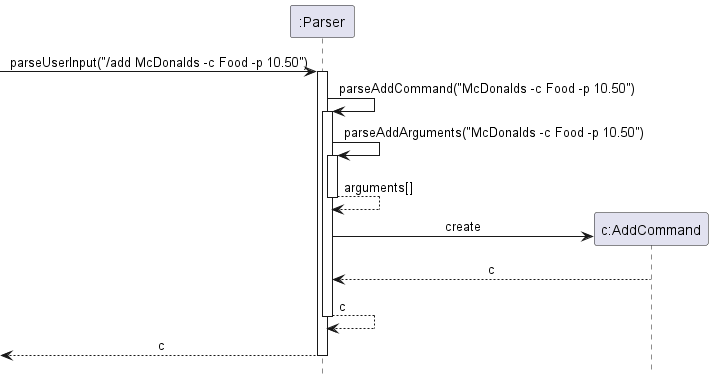
nus-cs2113-AY2223S2/tp keeps this PlantUML diagram as docs/static/frontend/parser/ParserSequenceDiagram.png. Above is the earlier version. Source of this version:
```plantuml
@startuml
!include Style.puml

participant ":Parser" as Parser
participant "c:AddCommand" as AddCommand

-> Parser ++: parseUserInput("/add McDonalds -c Food -p 10.50")
Parser -> Parser ++: parseAddCommand("McDonalds -c Food -p 10.50")
Parser -> Parser ++: parseAddArguments("McDonalds -c Food -p 10.50")
return arguments[]
Parser -> AddCommand ** : create
AddCommand --> Parser : c
return c
return c

@enduml
```
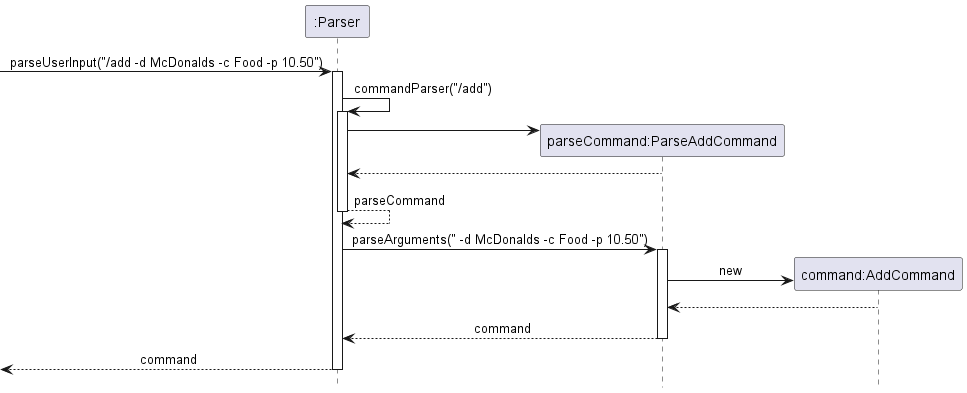
Above is the later version.

Commit message:
Update parser diagrams

What changed in the source:
```diff
@@ -1,16 +1,21 @@
 @startuml
-!include Style.puml
+!include ../../Style.puml
 
 participant ":Parser" as Parser
-participant "c:AddCommand" as AddCommand
+participant "parseCommand:ParseAddCommand" as ParseAddCommand
+participant "command:AddCommand" as AddCommand
 
--> Parser ++: parseUserInput("/add McDonalds -c Food -p 10.50")
-Parser -> Parser ++: parseAddCommand("McDonalds -c Food -p 10.50")
-Parser -> Parser ++: parseAddArguments("McDonalds -c Food -p 10.50")
-return arguments[]
-Parser -> AddCommand ** : create
-AddCommand --> Parser : c
-return c
-return c
+-> Parser ++: parseUserInput("/add -d McDonalds -c Food -p 10.50")
+Parser -> Parser ++: commandParser("/add")
+create ParseAddCommand
+Parser -> ParseAddCommand
+ParseAddCommand --> Parser
+return parseCommand
+Parser -> ParseAddCommand ++ :  parseArguments(" -d McDonalds -c Food -p 10.50")
+create AddCommand
+ParseAddCommand -> AddCommand : new
+AddCommand --> ParseAddCommand
+return command
+return command
 
 @enduml
```
